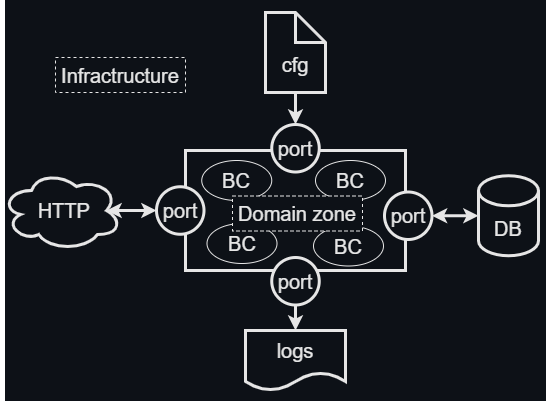
Above: asset/domain.png in kselnaag/shortlink (draw.io), before the change. Source tidied: cells renumbered, new cells last; positions are measured from the earlier drawing's top-left corner, leaving out a move shared by most shapes.
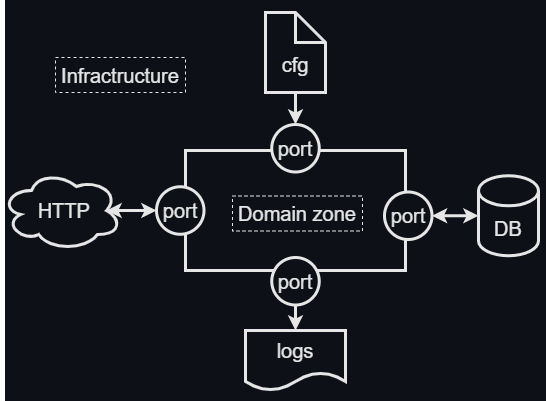
The same file after the commit.

The edit, as a diff of the source:
```diff
@@ -11,9 +11,6 @@
     <mxCell id="4" value="&lt;font style=&quot;background-color: rgb(13, 17, 23);&quot; color=&quot;#e6e6e6&quot;&gt;port&lt;/font&gt;" style="ellipse;whiteSpace=wrap;html=1;strokeWidth=3;fontSize=20;strokeColor=#E6E6E6;fillColor=#0D1117;" parent="1" vertex="1">
       <mxGeometry x="155" y="186.2" width="47.5" height="47.5" as="geometry" />
     </mxCell>
-    <mxCell id="5" value="&lt;font style=&quot;background-color: rgb(13, 17, 23);&quot; color=&quot;#e6e6e6&quot;&gt;BC&lt;/font&gt;" style="ellipse;whiteSpace=wrap;html=1;strokeWidth=1;fontSize=20;strokeColor=#E6E6E6;fillColor=#0D1117;" parent="1" vertex="1">
-      <mxGeometry x="312" y="225.5" width="70" height="40" as="geometry" />
-    </mxCell>
     <mxCell id="6" value="&lt;font style=&quot;background-color: rgb(13, 17, 23);&quot; color=&quot;#e6e6e6&quot;&gt;port&lt;/font&gt;" style="ellipse;whiteSpace=wrap;html=1;strokeWidth=3;fontSize=20;strokeColor=#E6E6E6;fillColor=#0D1117;" parent="1" vertex="1">
       <mxGeometry x="383" y="191.5" width="47.5" height="47.5" as="geometry" />
     </mxCell>
@@ -23,15 +20,6 @@
     <mxCell id="8" value="&lt;font color=&quot;#e6e6e6&quot; style=&quot;background-color: rgb(13, 17, 23);&quot;&gt;port&lt;/font&gt;" style="ellipse;whiteSpace=wrap;html=1;strokeWidth=3;fontSize=20;strokeColor=#E6E6E6;fillColor=#0D1117;" parent="1" vertex="1">
       <mxGeometry x="270.2" y="124" width="47.5" height="47.5" as="geometry" />
     </mxCell>
-    <mxCell id="9" value="&lt;font style=&quot;background-color: rgb(13, 17, 23);&quot; color=&quot;#e6e6e6&quot;&gt;BC&lt;/font&gt;" style="ellipse;whiteSpace=wrap;html=1;strokeWidth=1;fontSize=20;strokeColor=#E6E6E6;fillColor=#0D1117;" parent="1" vertex="1">
-      <mxGeometry x="205.5" y="223" width="70" height="40" as="geometry" />
-    </mxCell>
-    <mxCell id="10" value="&lt;font style=&quot;background-color: rgb(13, 17, 23);&quot; color=&quot;#e6e6e6&quot;&gt;BC&lt;/font&gt;" style="ellipse;whiteSpace=wrap;html=1;strokeWidth=1;fontSize=20;strokeColor=#E6E6E6;fillColor=#0D1117;" parent="1" vertex="1">
-      <mxGeometry x="314" y="160" width="70" height="40" as="geometry" />
-    </mxCell>
-    <mxCell id="11" value="&lt;font style=&quot;background-color: rgb(13, 17, 23);&quot; color=&quot;#e6e6e6&quot;&gt;BC&lt;/font&gt;" style="ellipse;whiteSpace=wrap;html=1;strokeWidth=1;fontSize=20;strokeColor=#E6E6E6;fillColor=#0D1117;" parent="1" vertex="1">
-      <mxGeometry x="200.2" y="160" width="70" height="40" as="geometry" />
-    </mxCell>
     <mxCell id="12" value="&lt;font style=&quot;background-color: rgb(13, 17, 23);&quot; color=&quot;#e6e6e6&quot;&gt;DB&lt;/font&gt;" style="shape=cylinder3;whiteSpace=wrap;html=1;boundedLbl=1;backgroundOutline=1;size=15;strokeWidth=3;fontSize=20;strokeColor=#E6E6E6;fillColor=#0D1117;" parent="1" vertex="1">
       <mxGeometry x="477" y="175.2" width="60" height="80" as="geometry" />
     </mxCell>
```
